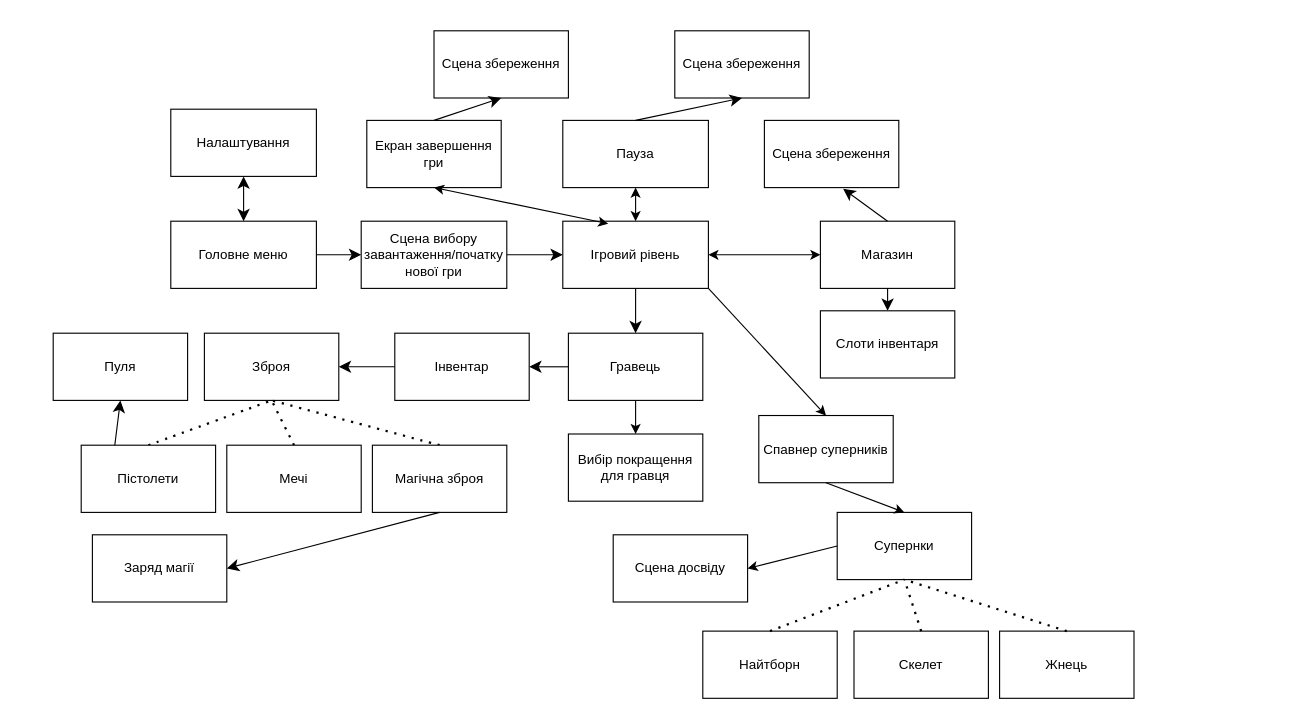
hucketa/Diplome keeps this draw.io diagram as page "Page-1" (1 of 2) of src/Docs/Игра_схема.drawio.xml. Above is the earlier version. Source tidied: cells renumbered, new cells numbered last; positions are measured from the earlier drawing's top-left corner, leaving out a move shared by most shapes. Both pictures are drawn from the tidied source at 112%, with x=0, y=0 at pixel (53, 30).
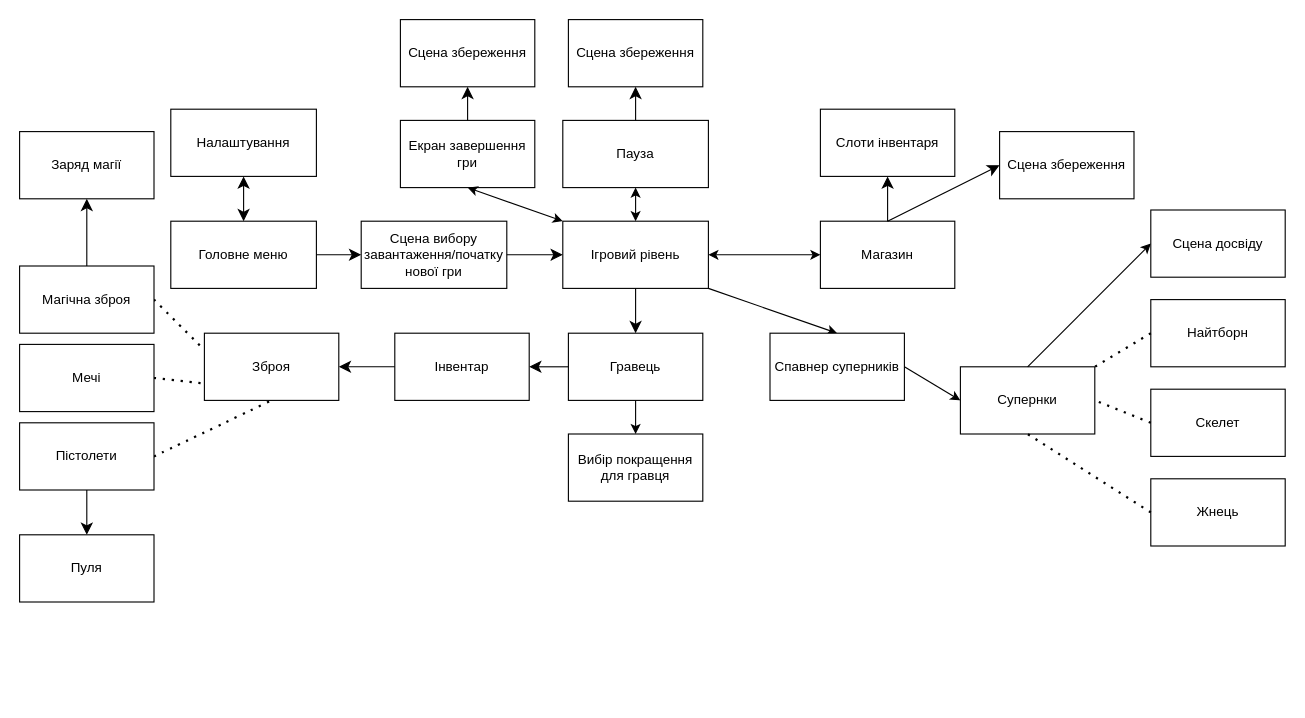
The same page after the edit.

Commit message (it also covers changes not shown here):
Мелкие исправления в схеме

The change refers to these unchanged cells:
```xml
<mxCell id="6" value="Ігровий рівень" style="rounded=0;whiteSpace=wrap;html=1;labelBackgroundColor=none;" parent="1" vertex="1">
  <mxGeometry x="455" y="170" width="130" height="60" as="geometry" />
</mxCell>
<mxCell id="14" value="Зброя" style="rounded=0;whiteSpace=wrap;html=1;labelBackgroundColor=none;" parent="1" vertex="1">
  <mxGeometry x="135" y="270" width="120" height="60" as="geometry" />
</mxCell>
<mxCell id="31" value="Магазин" style="rounded=0;whiteSpace=wrap;html=1;labelBackgroundColor=none;" parent="1" vertex="1">
  <mxGeometry x="685" y="170" width="120" height="60" as="geometry" />
</mxCell>
```

Diff of the diagram source:
```diff
@@
-    <mxCell id="15" style="endArrow=none;dashed=1;html=1;dashPattern=1 3;strokeWidth=2;rounded=0;fontSize=12;startSize=8;endSize=8;curved=1;entryX=0.5;entryY=1;entryDx=0;entryDy=0;exitX=0.5;exitY=0;exitDx=0;exitDy=0;labelBackgroundColor=none;fontColor=default;" parent="1" edge="1" source="18" target="14">
+    <mxCell id="15" style="endArrow=none;dashed=1;html=1;dashPattern=1 3;strokeWidth=2;rounded=0;fontSize=12;startSize=8;endSize=8;curved=1;entryX=0.5;entryY=1;entryDx=0;entryDy=0;exitX=1;exitY=0.5;exitDx=0;exitDy=0;labelBackgroundColor=none;fontColor=default;" parent="1" edge="1" source="18" target="14">
       <mxGeometry relative="1" as="geometry" />
     </mxCell>
-    <mxCell id="16" style="endArrow=none;dashed=1;html=1;dashPattern=1 3;strokeWidth=2;rounded=0;fontSize=12;startSize=8;endSize=8;curved=1;exitX=0.5;exitY=0;exitDx=0;exitDy=0;labelBackgroundColor=none;fontColor=default;" parent="1" edge="1" source="19">
-      <mxGeometry relative="1" as="geometry">
-        <mxPoint x="195" y="330" as="targetPoint" />
-      </mxGeometry>
+    <mxCell id="16" style="endArrow=none;dashed=1;html=1;dashPattern=1 3;strokeWidth=2;rounded=0;fontSize=12;startSize=8;endSize=8;curved=1;exitX=1;exitY=0.5;exitDx=0;exitDy=0;labelBackgroundColor=none;fontColor=default;entryX=0;entryY=0.75;entryDx=0;entryDy=0;" parent="1" edge="1" source="19" target="14">
+      <mxGeometry relative="1" as="geometry" />
     </mxCell>
-    <mxCell id="17" style="endArrow=none;dashed=1;html=1;dashPattern=1 3;strokeWidth=2;rounded=0;fontSize=12;startSize=8;endSize=8;curved=1;entryX=0.5;entryY=1;entryDx=0;entryDy=0;exitX=0.5;exitY=0;exitDx=0;exitDy=0;labelBackgroundColor=none;fontColor=default;" parent="1" edge="1" source="20" target="14">
+    <mxCell id="17" style="endArrow=none;dashed=1;html=1;dashPattern=1 3;strokeWidth=2;rounded=0;fontSize=12;startSize=8;endSize=8;curved=1;entryX=0;entryY=0.25;entryDx=0;entryDy=0;exitX=1;exitY=0.5;exitDx=0;exitDy=0;labelBackgroundColor=none;fontColor=default;" parent="1" edge="1" source="20" target="14">
       <mxGeometry relative="1" as="geometry" />
     </mxCell>
     <mxCell id="18" value="Пістолети" style="rounded=0;whiteSpace=wrap;html=1;labelBackgroundColor=none;" parent="1" vertex="1">
-      <mxGeometry x="25" y="370" width="120" height="60" as="geometry" />
+      <mxGeometry x="-30" y="350" width="120" height="60" as="geometry" />
     </mxCell>
     <mxCell id="19" value="Мечі" style="rounded=0;whiteSpace=wrap;html=1;labelBackgroundColor=none;" parent="1" vertex="1">
-      <mxGeometry x="155" y="370" width="120" height="60" as="geometry" />
+      <mxGeometry x="-30" y="280" width="120" height="60" as="geometry" />
     </mxCell>
     <mxCell id="20" value="Магічна зброя" style="rounded=0;whiteSpace=wrap;html=1;labelBackgroundColor=none;" parent="1" vertex="1">
-      <mxGeometry x="285" y="370" width="120" height="60" as="geometry" />
+      <mxGeometry x="-30" y="210" width="120" height="60" as="geometry" />
     </mxCell>
-    <mxCell id="21" style="endArrow=classic;html=1;rounded=0;fontSize=12;startSize=8;endSize=8;curved=1;exitX=0.25;exitY=0;exitDx=0;exitDy=0;entryX=0.5;entryY=1;entryDx=0;entryDy=0;labelBackgroundColor=none;fontColor=default;" parent="1" edge="1" source="18" target="22">
+    <mxCell id="21" style="endArrow=classic;html=1;rounded=0;fontSize=12;startSize=8;endSize=8;curved=1;entryX=0.5;entryY=0;entryDx=0;entryDy=0;labelBackgroundColor=none;fontColor=default;exitX=0.5;exitY=1;exitDx=0;exitDy=0;" parent="1" edge="1" source="18" target="22">
       <mxGeometry relative="1" as="geometry" />
     </mxCell>
     <mxCell id="22" value="Пуля" style="rounded=0;whiteSpace=wrap;html=1;labelBackgroundColor=none;" parent="1" vertex="1">
-      <mxGeometry y="270" width="120" height="60" as="geometry" />
+      <mxGeometry x="-30" y="450" width="120" height="60" as="geometry" />
     </mxCell>
     <mxCell id="23" value="Заряд магії" style="rounded=0;whiteSpace=wrap;html=1;labelBackgroundColor=none;" parent="1" vertex="1">
-      <mxGeometry x="35" y="450" width="120" height="60" as="geometry" />
+      <mxGeometry x="-30" y="90" width="120" height="60" as="geometry" />
     </mxCell>
-    <mxCell id="24" style="endArrow=classic;html=1;rounded=0;fontSize=12;startSize=8;endSize=8;curved=1;exitX=0.5;exitY=1;exitDx=0;exitDy=0;entryX=1;entryY=0.5;entryDx=0;entryDy=0;labelBackgroundColor=none;fontColor=default;" parent="1" edge="1" source="20" target="23">
+    <mxCell id="24" style="endArrow=classic;html=1;rounded=0;fontSize=12;startSize=8;endSize=8;curved=1;entryX=0.5;entryY=1;entryDx=0;entryDy=0;labelBackgroundColor=none;fontColor=default;exitX=0.5;exitY=0;exitDx=0;exitDy=0;" parent="1" edge="1" source="20" target="23">
       <mxGeometry relative="1" as="geometry" />
     </mxCell>
@@
     <mxCell id="26" value="Сцена збереження" style="rounded=0;whiteSpace=wrap;html=1;labelBackgroundColor=none;" parent="1" vertex="1">
-      <mxGeometry x="555" width="120" height="60" as="geometry" />
+      <mxGeometry x="460" y="-10" width="120" height="60" as="geometry" />
     </mxCell>
@@
     <mxCell id="28" value="Екран завершення гри" style="rounded=0;whiteSpace=wrap;html=1;labelBackgroundColor=none;" parent="1" vertex="1">
-      <mxGeometry x="280" y="80" width="120" height="60" as="geometry" />
+      <mxGeometry x="310" y="80" width="120" height="60" as="geometry" />
     </mxCell>
     <mxCell id="29" value="Сцена збереження" style="rounded=0;whiteSpace=wrap;html=1;labelBackgroundColor=none;" parent="1" vertex="1">
-      <mxGeometry x="340" width="120" height="60" as="geometry" />
+      <mxGeometry x="310" y="-10" width="120" height="60" as="geometry" />
     </mxCell>
@@
-    <mxCell id="32" style="endArrow=classic;html=1;rounded=0;fontSize=12;startSize=8;endSize=8;curved=1;exitX=0.5;exitY=1;exitDx=0;exitDy=0;entryX=0.5;entryY=0;entryDx=0;entryDy=0;labelBackgroundColor=none;fontColor=default;" parent="1" edge="1" source="31" target="33">
+    <mxCell id="32" style="endArrow=classic;html=1;rounded=0;fontSize=12;startSize=8;endSize=8;curved=1;exitX=0.5;exitY=0;exitDx=0;exitDy=0;entryX=0.5;entryY=1;entryDx=0;entryDy=0;labelBackgroundColor=none;fontColor=default;" parent="1" edge="1" source="31" target="33">
       <mxGeometry relative="1" as="geometry" />
     </mxCell>
     <mxCell id="33" value="Слоти інвентаря" style="rounded=0;whiteSpace=wrap;html=1;labelBackgroundColor=none;" parent="1" vertex="1">
-      <mxGeometry x="685" y="250" width="120" height="60" as="geometry" />
+      <mxGeometry x="685" y="70" width="120" height="60" as="geometry" />
     </mxCell>
     <mxCell id="34" value="Сцена збереження" style="rounded=0;whiteSpace=wrap;html=1;labelBackgroundColor=none;" parent="1" vertex="1">
-      <mxGeometry x="635" y="80" width="120" height="60" as="geometry" />
+      <mxGeometry x="845" y="90" width="120" height="60" as="geometry" />
     </mxCell>
-    <mxCell id="35" style="endArrow=classic;html=1;rounded=0;fontSize=12;startSize=8;endSize=8;curved=1;entryX=0.586;entryY=1.017;entryDx=0;entryDy=0;entryPerimeter=0;exitX=0.5;exitY=0;exitDx=0;exitDy=0;labelBackgroundColor=none;fontColor=default;" parent="1" edge="1" source="31" target="34">
+    <mxCell id="35" style="endArrow=classic;html=1;rounded=0;fontSize=12;startSize=8;endSize=8;curved=1;entryX=0;entryY=0.5;entryDx=0;entryDy=0;exitX=0.5;exitY=0;exitDx=0;exitDy=0;labelBackgroundColor=none;fontColor=default;" parent="1" edge="1" source="31" target="34">
       <mxGeometry relative="1" as="geometry" />
     </mxCell>
     <mxCell id="36" value="Супернки" style="rounded=0;whiteSpace=wrap;html=1;" parent="1" vertex="1">
-      <mxGeometry x="700" y="430" width="120" height="60" as="geometry" />
+      <mxGeometry x="810" y="300" width="120" height="60" as="geometry" />
     </mxCell>
@@
     <mxCell id="38" value="Жнець" style="rounded=0;whiteSpace=wrap;html=1;" parent="1" vertex="1">
-      <mxGeometry x="845" y="536" width="120" height="60" as="geometry" />
+      <mxGeometry x="980" y="400" width="120" height="60" as="geometry" />
     </mxCell>
     <mxCell id="39" value="Скелет" style="rounded=0;whiteSpace=wrap;html=1;" parent="1" vertex="1">
-      <mxGeometry x="715" y="536" width="120" height="60" as="geometry" />
+      <mxGeometry x="980" y="320" width="120" height="60" as="geometry" />
     </mxCell>
     <mxCell id="40" value="Найтборн" style="rounded=0;whiteSpace=wrap;html=1;" parent="1" vertex="1">
-      <mxGeometry x="580" y="536" width="120" height="60" as="geometry" />
+      <mxGeometry x="980" y="240" width="120" height="60" as="geometry" />
     </mxCell>
-    <mxCell id="41" style="endArrow=none;dashed=1;html=1;dashPattern=1 3;strokeWidth=2;rounded=0;exitX=0.5;exitY=0;exitDx=0;exitDy=0;entryX=0.5;entryY=1;entryDx=0;entryDy=0;" parent="1" edge="1" source="40" target="36">
+    <mxCell id="41" style="endArrow=none;dashed=1;html=1;dashPattern=1 3;strokeWidth=2;rounded=0;exitX=0;exitY=0.5;exitDx=0;exitDy=0;entryX=1;entryY=0;entryDx=0;entryDy=0;" parent="1" edge="1" source="40" target="36">
       <mxGeometry relative="1" as="geometry" />
     </mxCell>
-    <mxCell id="42" style="endArrow=none;dashed=1;html=1;dashPattern=1 3;strokeWidth=2;rounded=0;exitX=0.5;exitY=0;exitDx=0;exitDy=0;entryX=0.5;entryY=1;entryDx=0;entryDy=0;" parent="1" edge="1" source="39" target="36">
+    <mxCell id="42" style="endArrow=none;dashed=1;html=1;dashPattern=1 3;strokeWidth=2;rounded=0;exitX=0;exitY=0.5;exitDx=0;exitDy=0;entryX=1;entryY=0.5;entryDx=0;entryDy=0;" parent="1" edge="1" source="39" target="36">
       <mxGeometry relative="1" as="geometry" />
     </mxCell>
-    <mxCell id="43" style="endArrow=none;dashed=1;html=1;dashPattern=1 3;strokeWidth=2;rounded=0;exitX=0.5;exitY=0;exitDx=0;exitDy=0;entryX=0.5;entryY=1;entryDx=0;entryDy=0;" parent="1" edge="1" source="38" target="36">
+    <mxCell id="43" style="endArrow=none;dashed=1;html=1;dashPattern=1 3;strokeWidth=2;rounded=0;exitX=0;exitY=0.5;exitDx=0;exitDy=0;entryX=0.5;entryY=1;entryDx=0;entryDy=0;" parent="1" edge="1" source="38" target="36">
       <mxGeometry relative="1" as="geometry" />
     </mxCell>
     <mxCell id="44" value="Спавнер суперників" style="rounded=0;whiteSpace=wrap;html=1;" parent="1" vertex="1">
-      <mxGeometry x="630" y="343.5" width="120" height="60" as="geometry" />
+      <mxGeometry x="640" y="270" width="120" height="60" as="geometry" />
     </mxCell>
-    <mxCell id="45" style="endArrow=classic;html=1;rounded=0;exitX=0.5;exitY=1;exitDx=0;exitDy=0;entryX=0.5;entryY=0;entryDx=0;entryDy=0;" parent="1" edge="1" source="44" target="36">
+    <mxCell id="45" style="endArrow=classic;html=1;rounded=0;exitX=1;exitY=0.5;exitDx=0;exitDy=0;entryX=0;entryY=0.5;entryDx=0;entryDy=0;" parent="1" edge="1" source="44" target="36">
       <mxGeometry relative="1" as="geometry" />
     </mxCell>
-    <mxCell id="46" style="endArrow=classic;html=1;rounded=0;exitX=0;exitY=0.5;exitDx=0;exitDy=0;entryX=1;entryY=0.5;entryDx=0;entryDy=0;" parent="1" edge="1" source="36" target="47">
+    <mxCell id="46" style="endArrow=classic;html=1;rounded=0;exitX=0.5;exitY=0;exitDx=0;exitDy=0;entryX=0;entryY=0.5;entryDx=0;entryDy=0;" parent="1" edge="1" source="36" target="47">
       <mxGeometry relative="1" as="geometry" />
     </mxCell>
     <mxCell id="47" value="Сцена досвіду" style="rounded=0;whiteSpace=wrap;html=1;" parent="1" vertex="1">
-      <mxGeometry x="500" y="450" width="120" height="60" as="geometry" />
+      <mxGeometry x="980" y="160" width="120" height="60" as="geometry" />
     </mxCell>
@@
-    <mxCell id="51" style="endArrow=classic;startArrow=classic;html=1;rounded=0;exitX=0.312;exitY=0.037;exitDx=0;exitDy=0;entryX=0.5;entryY=1;entryDx=0;entryDy=0;exitPerimeter=0;" parent="1" edge="1" source="6" target="28">
+    <mxCell id="51" style="endArrow=classic;startArrow=classic;html=1;rounded=0;exitX=0;exitY=0;exitDx=0;exitDy=0;entryX=0.5;entryY=1;entryDx=0;entryDy=0;" parent="1" edge="1" source="6" target="28">
       <mxGeometry relative="1" as="geometry" />
     </mxCell>
```
